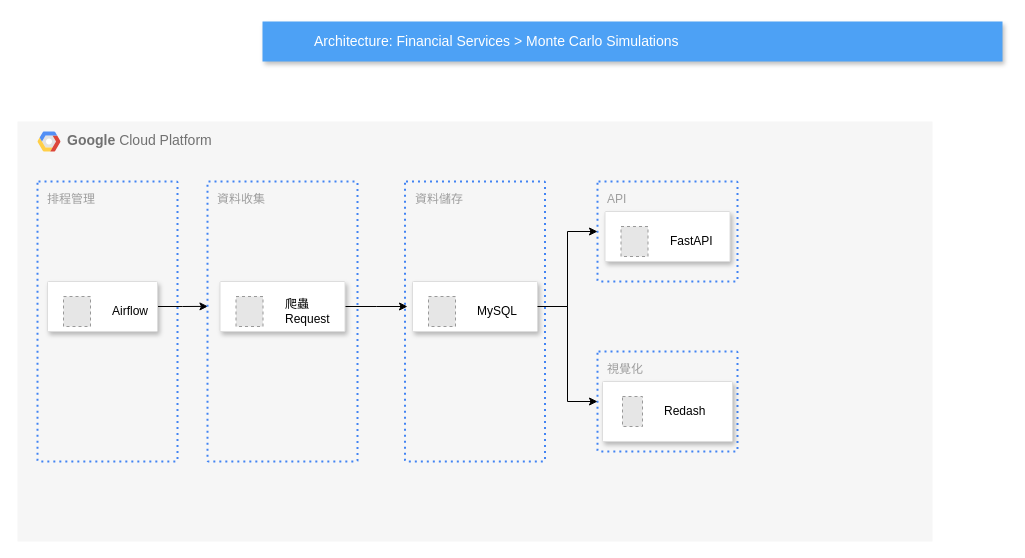
soldierHuang/diagram keeps this draw.io diagram as 未命名圖表.drawio. Above is the earlier version. Source tidied: cells renumbered, new cells numbered last; positions are measured from the earlier drawing's top-left corner, leaving out a move shared by most shapes. Both pictures are drawn from the tidied source at 100%, with x=0, y=0 at pixel (17, 21). Pictures stored in the file or linked from it are replaced by grey dashed boxes.
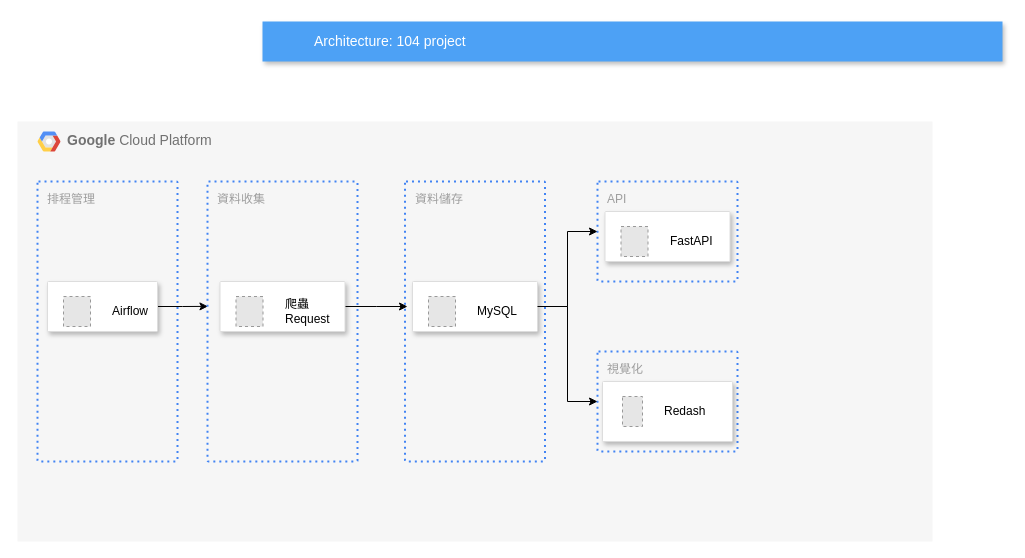
The same diagram, later.

Commit message (it also covers changes not shown here):
更新未命名圖表.drawio

Diff of the diagram source:
```diff
@@
-    <mxCell id="23" value="Architecture: Financial Services &amp;gt; Monte Carlo Simulations" style="fillColor=#4DA1F5;strokeColor=none;shadow=1;gradientColor=none;fontSize=14;align=left;spacingLeft=50;fontColor=#ffffff;html=1;" parent="1" vertex="1">
+    <mxCell id="23" value="Architecture: 104 project" style="fillColor=#4DA1F5;strokeColor=none;shadow=1;gradientColor=none;fontSize=14;align=left;spacingLeft=50;fontColor=#ffffff;html=1;" parent="1" vertex="1">
       <mxGeometry x="245" width="740" height="40" as="geometry" />
     </mxCell>
```
